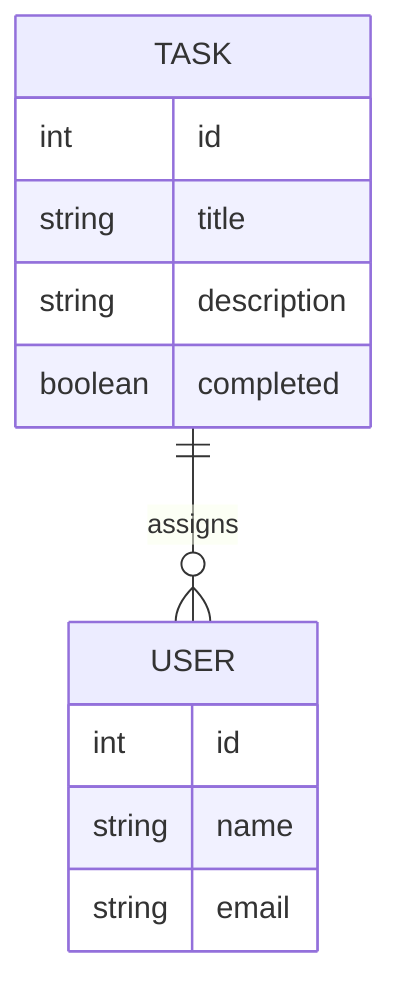
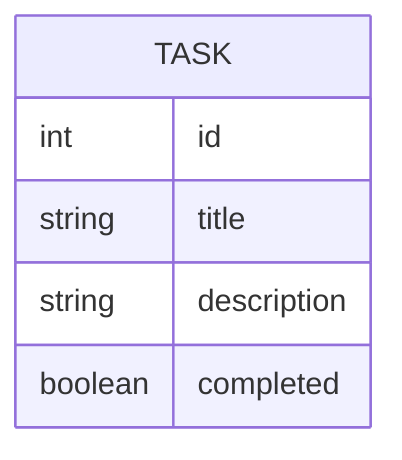
erDiagram
-     TASK ||--o{ USER : assigns
    TASK {
        int id
        string title
        string description
        boolean completed
-     }
-     USER {
-         int id
-         string name
-         string email
-     }
+     }